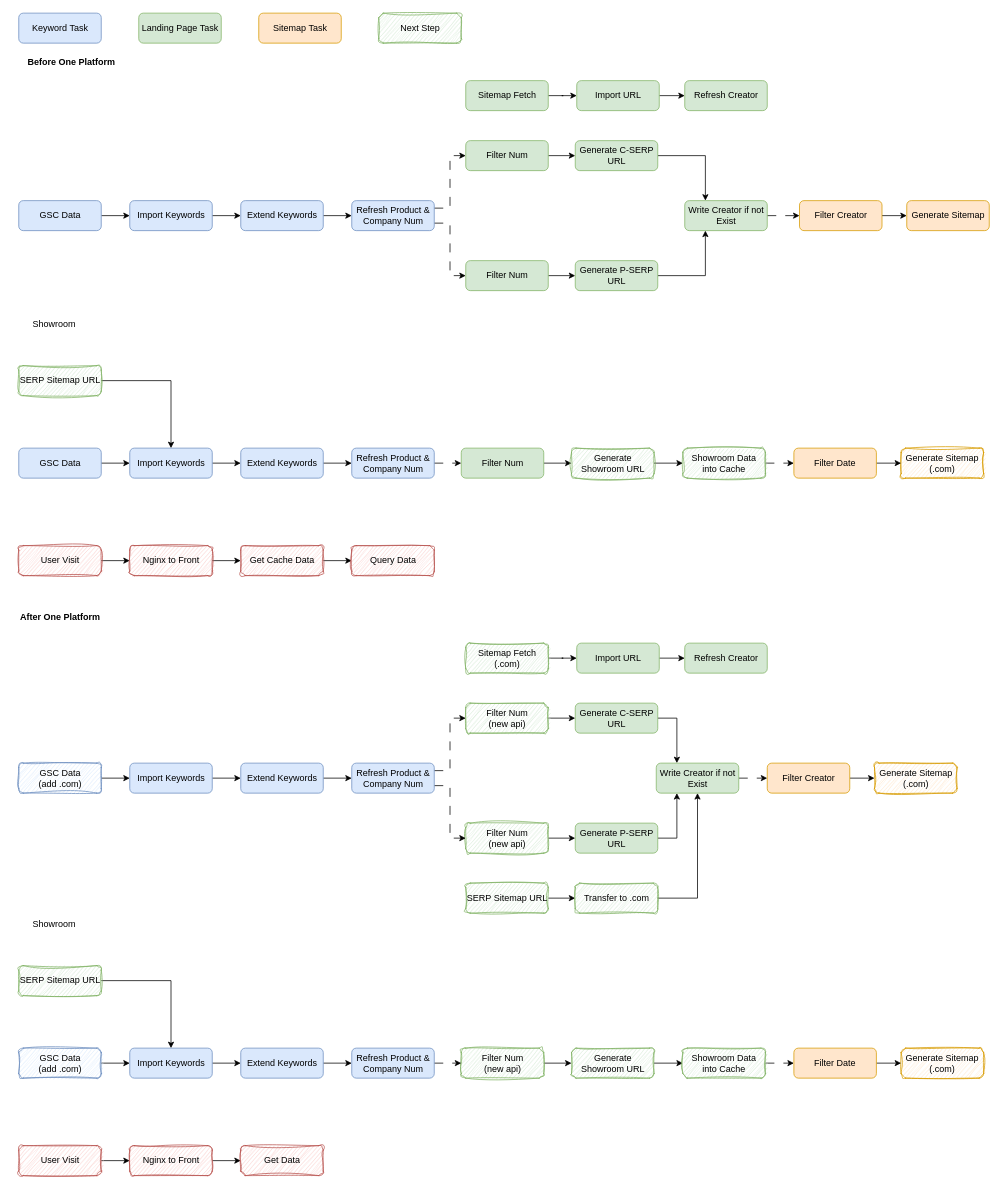
Earlier version of the draw.io diagram drawio/ep_sitemap.drawio (VisableHarry/seo-drawio). Source tidied: cells renumbered, new cells numbered last; positions are measured from the earlier drawing's top-left corner, leaving out a move shared by most shapes. Both pictures are drawn from the tidied source at 75%, with x=0, y=0 at pixel (13, 13).
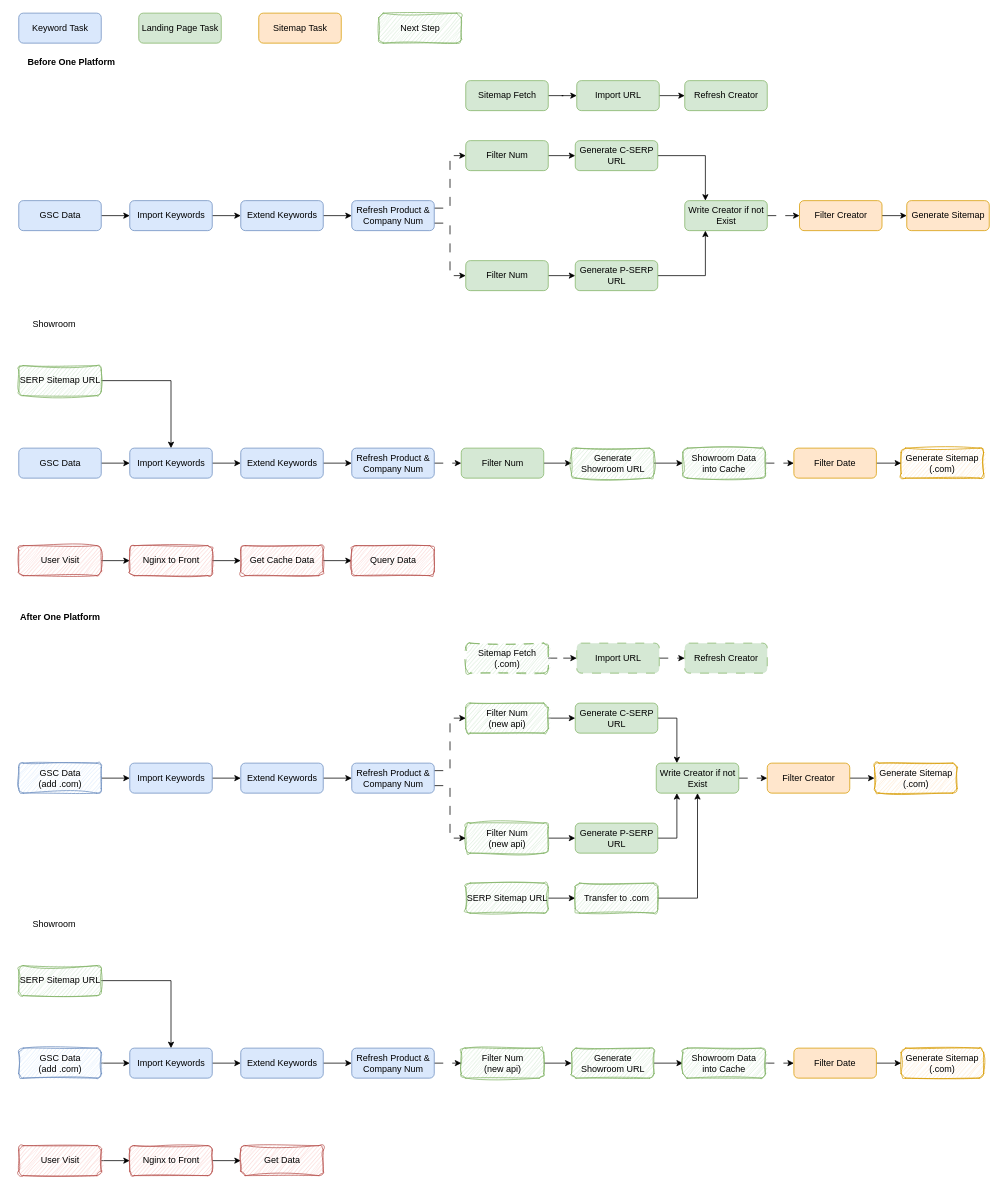
After the change.

What changed in the source:
```diff
@@
-    <mxCell id="48" style="edgeStyle=orthogonalEdgeStyle;rounded=0;jettySize=auto;html=1;exitX=1;exitY=0.5;exitDx=0;exitDy=0;fillColor=#d5e8d4;strokeColor=#000000;" parent="1" edge="1" source="49" target="54">
+    <mxCell id="48" style="edgeStyle=orthogonalEdgeStyle;rounded=0;jettySize=auto;html=1;exitX=1;exitY=0.5;exitDx=0;exitDy=0;fillColor=#d5e8d4;strokeColor=#000000;dashed=1;dashPattern=12 12;" parent="1" edge="1" source="49" target="54">
       <mxGeometry relative="1" as="geometry" />
     </mxCell>
-    <mxCell id="49" value="Sitemap Fetch&lt;div&gt;(.com)&lt;/div&gt;" style="rounded=1;whiteSpace=wrap;html=1;fillColor=#d5e8d4;strokeColor=#82b366;sketch=1;curveFitting=1;jiggle=2;" parent="1" vertex="1">
+    <mxCell id="49" value="Sitemap Fetch&lt;div&gt;(.com)&lt;/div&gt;" style="rounded=1;whiteSpace=wrap;html=1;fillColor=#d5e8d4;strokeColor=#82b366;sketch=1;curveFitting=1;jiggle=2;dashed=1;dashPattern=12 12;" parent="1" vertex="1">
       <mxGeometry x="603.5" y="840" width="110" height="40" as="geometry" />
     </mxCell>
@@
-    <mxCell id="53" style="edgeStyle=orthogonalEdgeStyle;rounded=0;jettySize=auto;html=1;exitX=1;exitY=0.5;exitDx=0;exitDy=0;entryX=0;entryY=0.5;entryDx=0;entryDy=0;fillColor=#d5e8d4;strokeColor=#000000;" parent="1" edge="1" source="54" target="55">
+    <mxCell id="53" style="edgeStyle=orthogonalEdgeStyle;rounded=0;jettySize=auto;html=1;exitX=1;exitY=0.5;exitDx=0;exitDy=0;entryX=0;entryY=0.5;entryDx=0;entryDy=0;fillColor=#d5e8d4;strokeColor=#000000;dashed=1;dashPattern=12 12;" parent="1" edge="1" source="54" target="55">
       <mxGeometry relative="1" as="geometry" />
     </mxCell>
-    <mxCell id="54" value="Import URL" style="rounded=1;whiteSpace=wrap;html=1;fillColor=#d5e8d4;strokeColor=#82b366;" parent="1" vertex="1">
+    <mxCell id="54" value="Import URL" style="rounded=1;whiteSpace=wrap;html=1;fillColor=#d5e8d4;strokeColor=#82b366;dashed=1;dashPattern=12 12;" parent="1" vertex="1">
       <mxGeometry x="751.5" y="840" width="110" height="40" as="geometry" />
     </mxCell>
-    <mxCell id="55" value="Refresh Creator" style="rounded=1;whiteSpace=wrap;html=1;fillColor=#d5e8d4;strokeColor=#82b366;" parent="1" vertex="1">
+    <mxCell id="55" value="Refresh Creator" style="rounded=1;whiteSpace=wrap;html=1;fillColor=#d5e8d4;strokeColor=#82b366;dashed=1;dashPattern=12 12;" parent="1" vertex="1">
       <mxGeometry x="895.5" y="840" width="110" height="40" as="geometry" />
     </mxCell>
```
